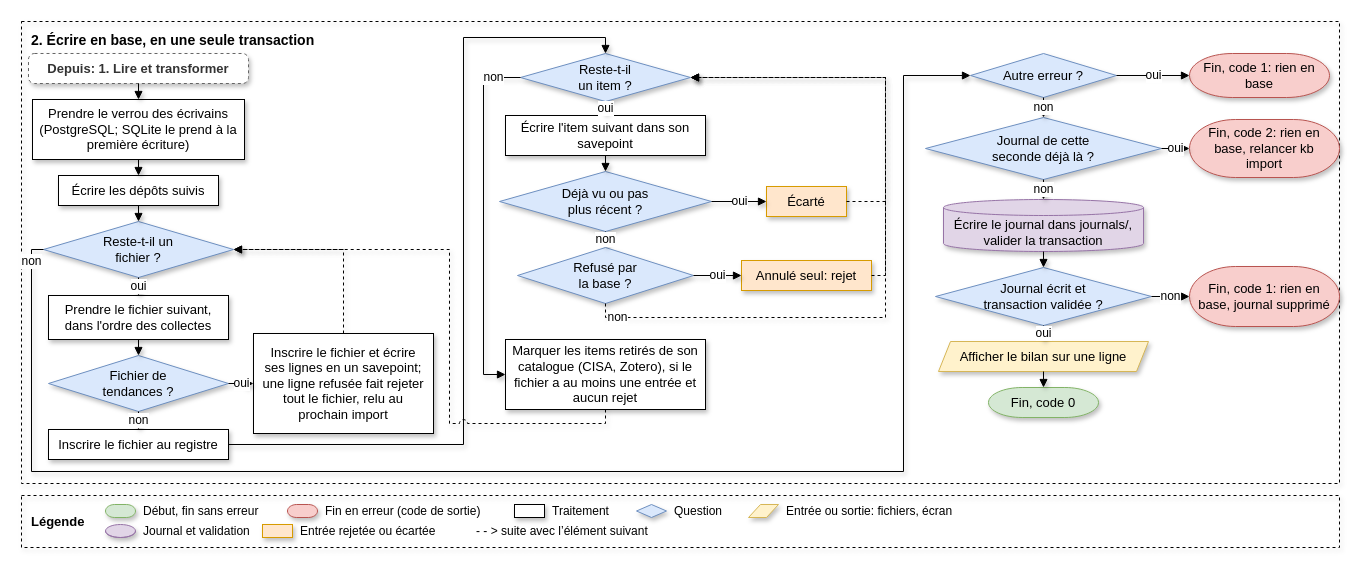
This is documentation/images/logigramme-import-ecrire_20261121.drawio from SabineLaurent/K-B, a draw.io file, before an edit. Source tidied: cells renumbered, new cells numbered last; positions are measured from the earlier drawing's top-left corner, leaving out a move shared by most shapes. Both pictures are drawn from the tidied source at 100%, with x=0, y=0 at pixel (21, 21).
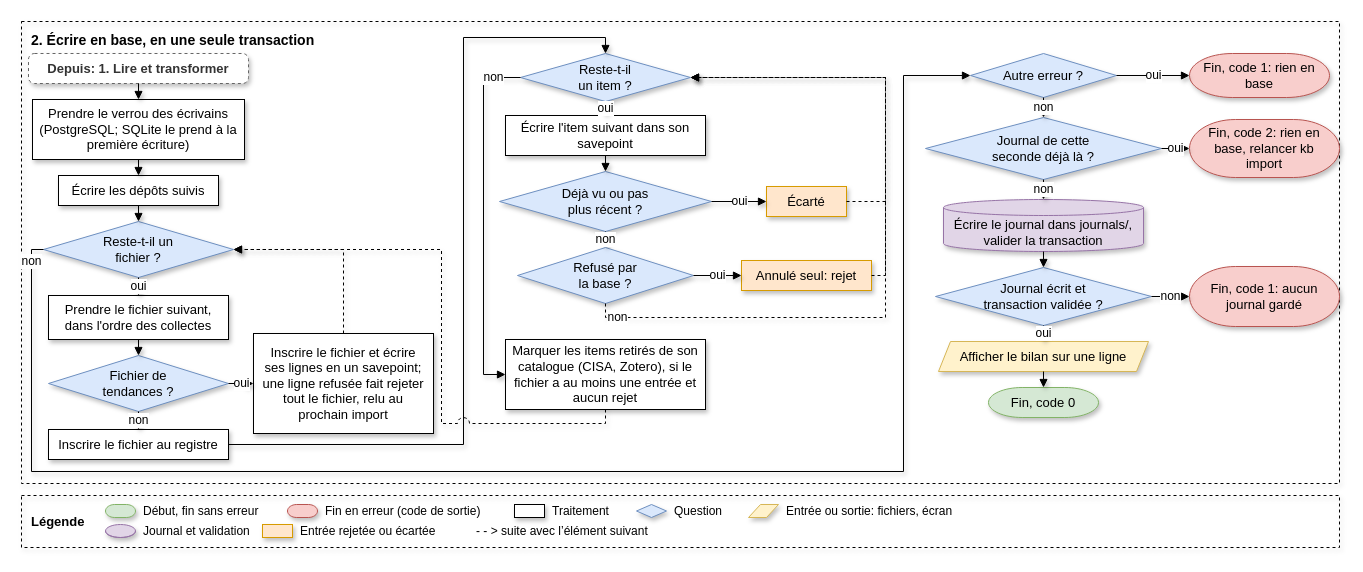
After the change.

The change refers to these unchanged cells:
```xml
<mxCell id="12" value="Marquer les items retirés de son catalogue (CISA, Zotero), si le fichier a au moins une entrée et aucun rejet" style="rounded=0;whiteSpace=wrap;html=1;fontSize=13;fontFamily=Helvetica;fillColor=#FFFFFF;strokeColor=#000000;spacingLeft=6;spacingRight=6;shadow=1;" parent="1" vertex="1">
  <mxGeometry x="484" y="318" width="200" height="70" as="geometry" />
</mxCell>
<mxCell id="13" value="Reste-t-il un&lt;br&gt;fichier ?" style="rhombus;whiteSpace=wrap;html=1;fontSize=13;fontFamily=Helvetica;fillColor=#DAE8FC;strokeColor=#6C8EBF;shadow=1;" parent="1" vertex="1">
  <mxGeometry x="22" y="200" width="190" height="56" as="geometry" />
</mxCell>
```

What changed in the source:
```diff
@@
-    <mxCell id="42" value="Fin, code 1: rien en base, journal supprimé" style="shape=mxgraph.flowchart.terminator;whiteSpace=wrap;html=1;fontSize=13;fontFamily=Helvetica;fillColor=#F8CECC;strokeColor=#B85450;spacingLeft=8;spacingRight=8;shadow=1;" parent="1" vertex="1">
+    <mxCell id="42" value="Fin, code 1: aucun journal gardé" style="shape=mxgraph.flowchart.terminator;whiteSpace=wrap;html=1;fontSize=13;fontFamily=Helvetica;fillColor=#F8CECC;strokeColor=#B85450;spacingLeft=8;spacingRight=8;shadow=1;" parent="1" vertex="1">
       <mxGeometry x="1168" y="245" width="150" height="60" as="geometry" />
     </mxCell>
@@
-    <mxCell id="52" style="edgeStyle=orthogonalEdgeStyle;rounded=0;html=1;endArrow=block;endFill=1;fontSize=12;fontFamily=Helvetica;exitX=0.5;exitY=1;exitDx=0;exitDy=0;entryX=1;entryY=0.5;entryDx=0;entryDy=0;shadow=1;jumpStyle=arc;jumpSize=8;dashed=1;" parent="1" edge="1" source="12" target="13">
+    <mxCell id="52" style="edgeStyle=orthogonalEdgeStyle;rounded=0;html=1;endArrow=block;endFill=1;fontSize=12;fontFamily=Helvetica;exitX=0.5;exitY=1;exitDx=0;exitDy=0;entryX=1;entryY=0.5;entryDx=0;entryDy=0;shadow=1;jumpStyle=arc;jumpSize=12;dashed=1;" parent="1" edge="1" source="12" target="13">
       <mxGeometry relative="1" as="geometry">
         <Array as="points">
           <mxPoint x="584" y="402" />
-          <mxPoint x="428" y="402" />
-          <mxPoint x="428" y="228" />
+          <mxPoint x="420" y="402" />
+          <mxPoint x="420" y="228" />
         </Array>
       </mxGeometry>
     </mxCell>
```
